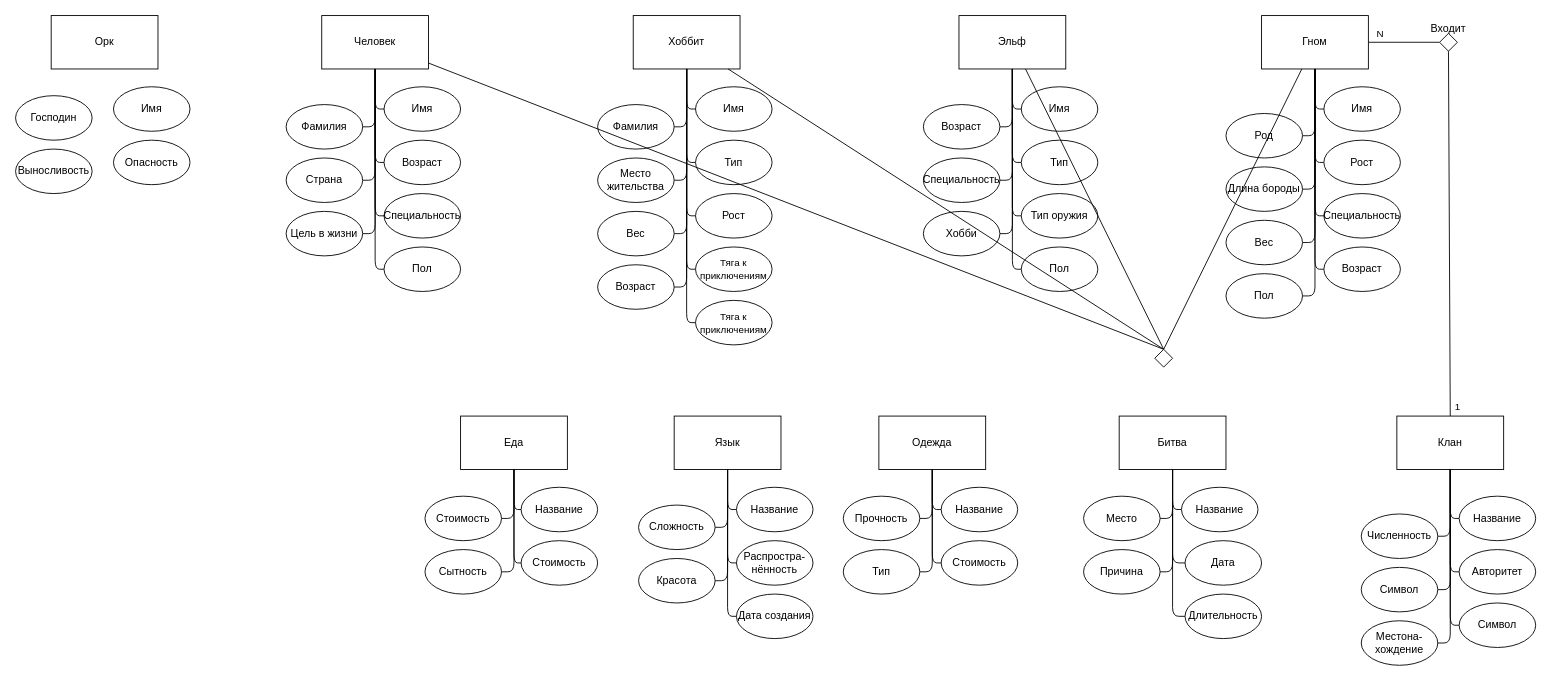
Earlier version of the draw.io diagram lab01/scheme.drawio (kalashkovpaul/bmstu-db). Source tidied: cells renumbered, new cells numbered last; positions are measured from the earlier drawing's top-left corner, leaving out a move shared by most shapes. Both pictures are drawn from the tidied source at 89%, with x=0, y=0 at pixel (15, 15).
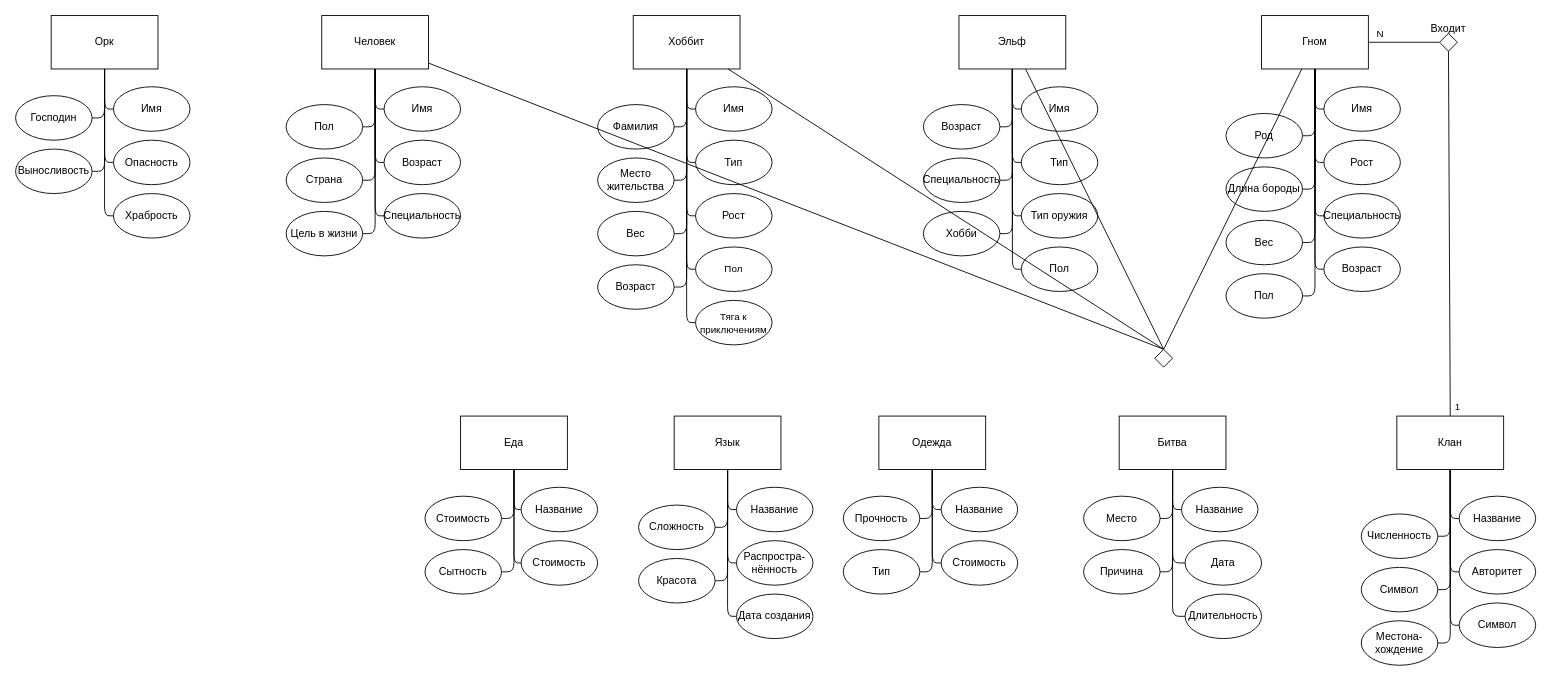
The same diagram, later.

Unchanged cells that the change refers to:
```xml
<mxCell id="75" value="&lt;font style=&quot;font-size: 12px&quot;&gt;Человек&lt;/font&gt;" style="rounded=0;whiteSpace=wrap;html=1;fontSize=11;" parent="1" vertex="1">
  <mxGeometry x="344" width="120" height="60" as="geometry" />
</mxCell>
<mxCell id="132" value="Орк" style="rounded=0;whiteSpace=wrap;html=1;fontSize=12;" parent="1" vertex="1">
  <mxGeometry x="40" width="120" height="60" as="geometry" />
</mxCell>
<mxCell id="133" value="Имя" style="ellipse;whiteSpace=wrap;html=1;" parent="1" vertex="1">
  <mxGeometry x="110" y="80" width="86" height="50" as="geometry" />
</mxCell>
<mxCell id="134" value="Господин" style="ellipse;whiteSpace=wrap;html=1;" parent="1" vertex="1">
  <mxGeometry y="90" width="86" height="50" as="geometry" />
</mxCell>
<mxCell id="135" value="Опасность" style="ellipse;whiteSpace=wrap;html=1;" parent="1" vertex="1">
  <mxGeometry x="110" y="140" width="86" height="50" as="geometry" />
</mxCell>
<mxCell id="136" value="Выносливость" style="ellipse;whiteSpace=wrap;html=1;" parent="1" vertex="1">
  <mxGeometry y="150" width="86" height="50" as="geometry" />
</mxCell>
```

Change to the diagram source:
```diff
@@
-    <mxCell id="74" value="&lt;span style=&quot;font-size: 11px&quot;&gt;Тяга к приключениям&lt;/span&gt;" style="ellipse;whiteSpace=wrap;html=1;" parent="1" vertex="1">
+    <mxCell id="74" value="&lt;span style=&quot;font-size: 11px&quot;&gt;Пол&lt;/span&gt;" style="ellipse;whiteSpace=wrap;html=1;" parent="1" vertex="1">
       <mxGeometry x="764" y="260" width="86" height="50" as="geometry" />
     </mxCell>
@@
-    <mxCell id="80" style="edgeStyle=none;html=1;exitX=1;exitY=0.5;exitDx=0;exitDy=0;fontSize=12;endArrow=none;endFill=0;" parent="1" edge="1" source="81" target="75">
-      <mxGeometry relative="1" as="geometry">
-        <Array as="points">
-          <mxPoint x="404" y="125" />
-        </Array>
-      </mxGeometry>
-    </mxCell>
-    <mxCell id="81" value="Фамилия" style="ellipse;whiteSpace=wrap;html=1;" parent="1" vertex="1">
-      <mxGeometry x="304" y="100" width="86" height="50" as="geometry" />
-    </mxCell>
@@
-    <mxCell id="123" style="edgeStyle=none;html=1;exitX=0;exitY=0.5;exitDx=0;exitDy=0;fontSize=12;endArrow=none;endFill=0;" parent="1" edge="1" source="124" target="75">
+    <mxCell id="123" style="edgeStyle=none;html=1;exitX=1;exitY=0.5;exitDx=0;exitDy=0;fontSize=12;endArrow=none;endFill=0;" parent="1" edge="1" source="124" target="75">
       <mxGeometry relative="1" as="geometry">
         <Array as="points">
-          <mxPoint x="404" y="285" />
+          <mxPoint x="404" y="125" />
         </Array>
       </mxGeometry>
     </mxCell>
     <mxCell id="124" value="Пол" style="ellipse;whiteSpace=wrap;html=1;" parent="1" vertex="1">
-      <mxGeometry x="414" y="260" width="86" height="50" as="geometry" />
+      <mxGeometry x="304" y="100" width="86" height="50" as="geometry" />
     </mxCell>
@@
+    <mxCell id="137" style="edgeStyle=none;html=1;exitX=0;exitY=0.5;exitDx=0;exitDy=0;endArrow=none;endFill=0;" parent="1" edge="1" source="133" target="132">
+      <mxGeometry relative="1" as="geometry">
+        <Array as="points">
+          <mxPoint x="100" y="105" />
+        </Array>
+      </mxGeometry>
+    </mxCell>
@@
+    <mxCell id="138" style="edgeStyle=none;html=1;exitX=1;exitY=0.5;exitDx=0;exitDy=0;endArrow=none;endFill=0;" parent="1" edge="1" source="134" target="132">
+      <mxGeometry relative="1" as="geometry">
+        <Array as="points">
+          <mxPoint x="100" y="115" />
+        </Array>
+      </mxGeometry>
+    </mxCell>
@@
+    <mxCell id="139" style="edgeStyle=none;html=1;exitX=0;exitY=0.5;exitDx=0;exitDy=0;endArrow=none;endFill=0;" parent="1" edge="1" source="135" target="132">
+      <mxGeometry relative="1" as="geometry">
+        <Array as="points">
+          <mxPoint x="100" y="165" />
+        </Array>
+      </mxGeometry>
+    </mxCell>
@@
+    <mxCell id="140" style="edgeStyle=none;html=1;exitX=1;exitY=0.5;exitDx=0;exitDy=0;endArrow=none;endFill=0;" parent="1" edge="1" source="136" target="132">
+      <mxGeometry relative="1" as="geometry">
+        <Array as="points">
+          <mxPoint x="100" y="175" />
+        </Array>
+      </mxGeometry>
+    </mxCell>
@@
+    <mxCell id="141" style="edgeStyle=none;html=1;exitX=0;exitY=0.5;exitDx=0;exitDy=0;endArrow=none;endFill=0;" parent="1" edge="1" source="142" target="132">
+      <mxGeometry relative="1" as="geometry">
+        <Array as="points">
+          <mxPoint x="100" y="225" />
+        </Array>
+      </mxGeometry>
+    </mxCell>
+    <mxCell id="142" value="Храбрость" style="ellipse;whiteSpace=wrap;html=1;" parent="1" vertex="1">
+      <mxGeometry x="110" y="200" width="86" height="50" as="geometry" />
+    </mxCell>
```
